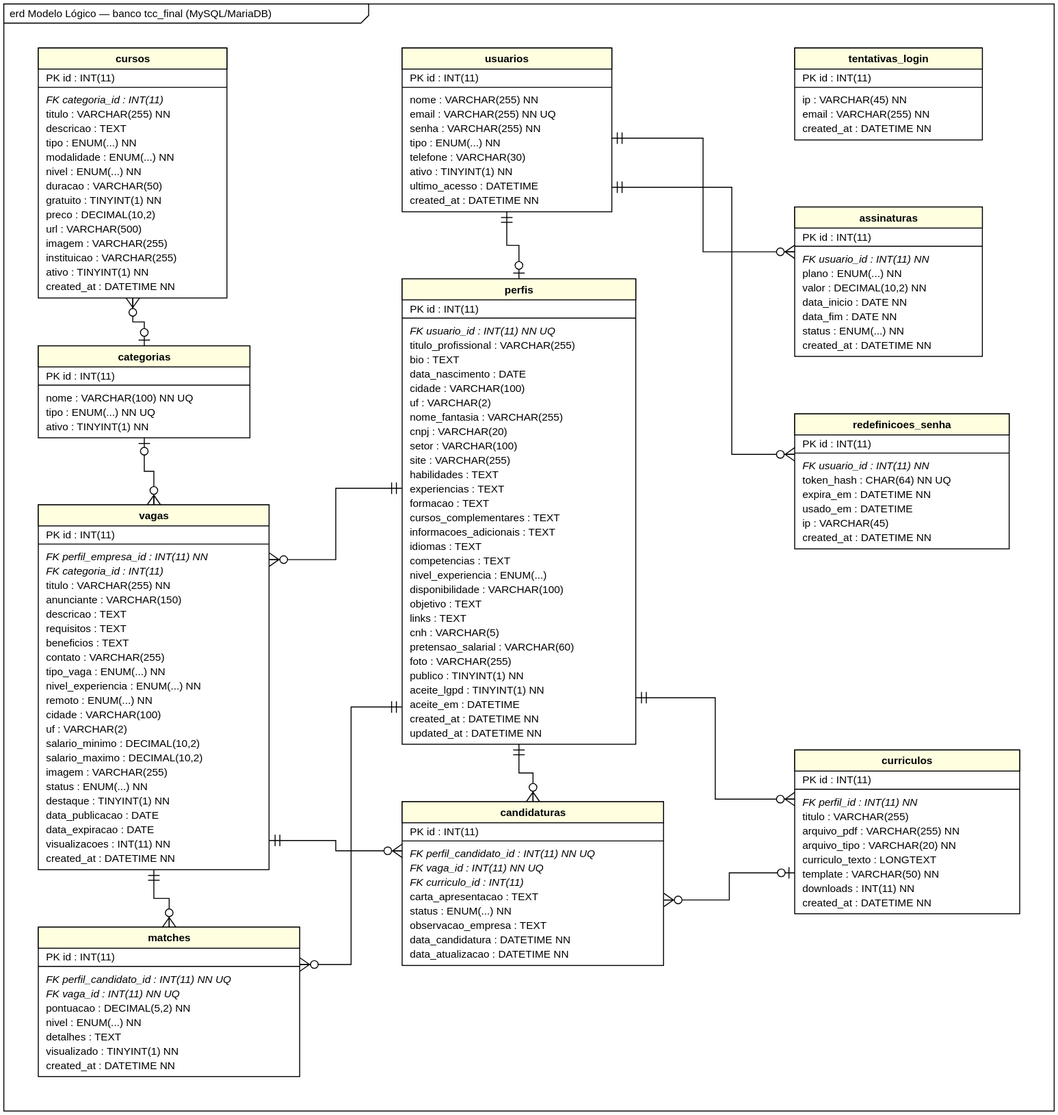
Above: docs/tcc/diagramas/logico.svg in leonardoabreu2026/tcc-final (PlantUML), before the change. Its source is kept beside it as docs/tcc/diagramas/logico.puml.
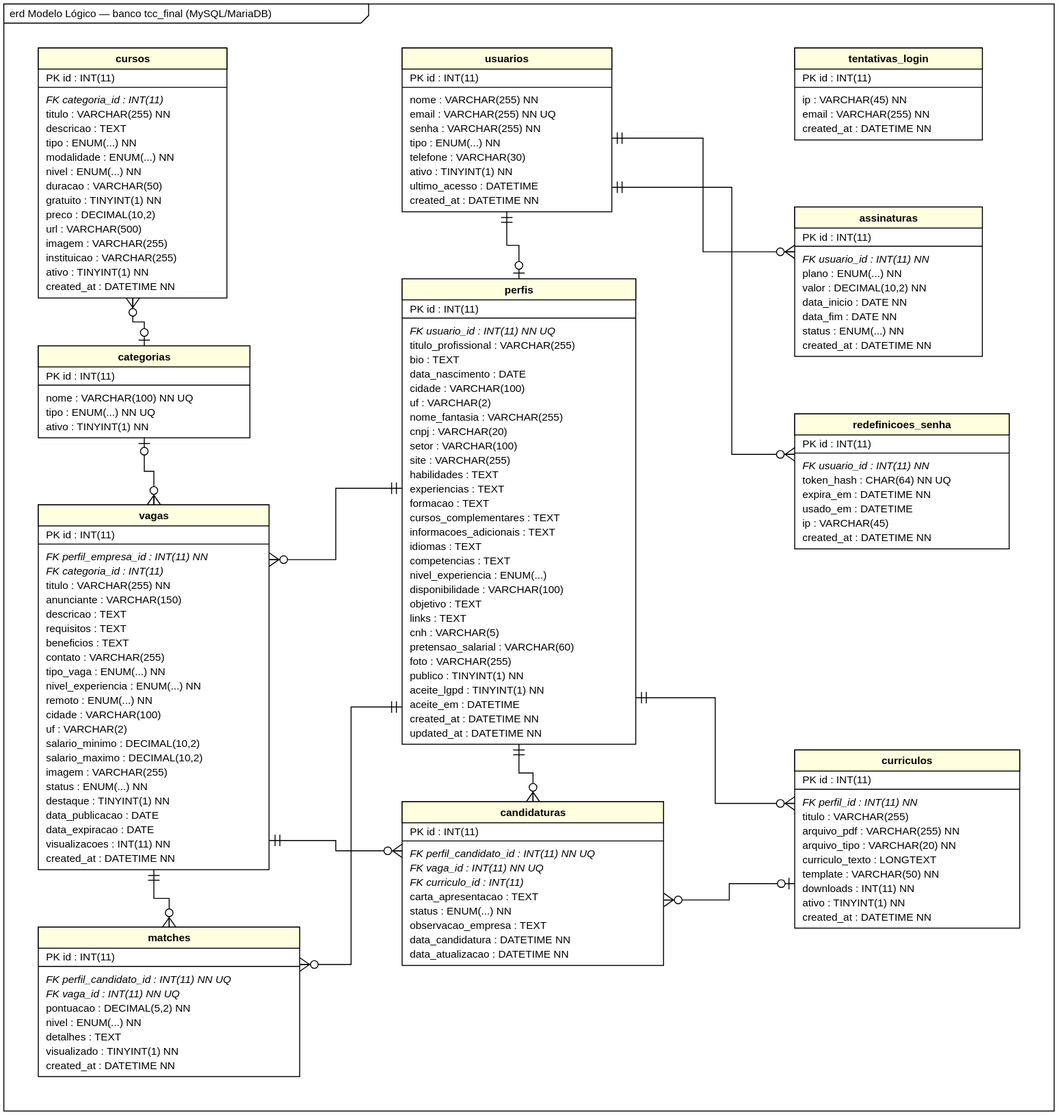
The same file after the commit.

The edit, as a diff of the source:
```diff
@@ -114,6 +114,7 @@
   curriculo_texto : LONGTEXT
   template : VARCHAR(50) NN
   downloads : INT(11) NN
+  ativo : TINYINT(1) NN
   created_at : DATETIME NN
 }
 entity matches {
```
